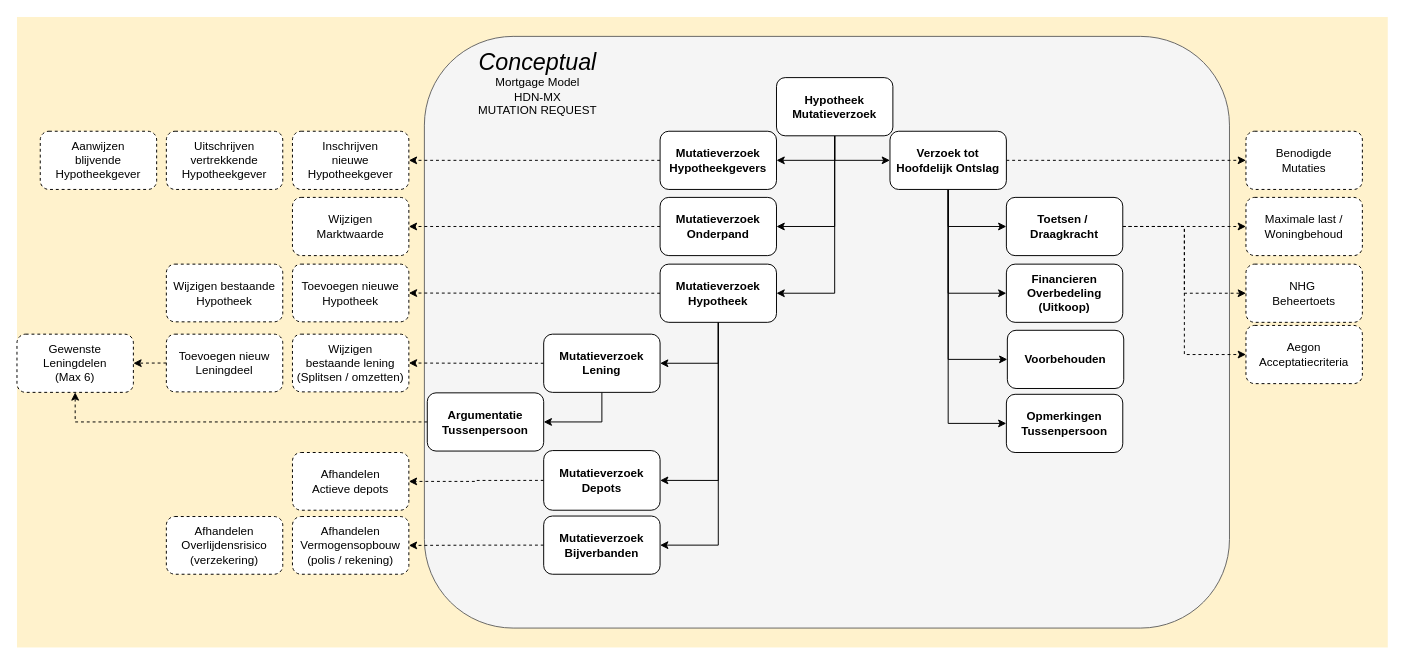
luchthandel/diagrams keeps this draw.io diagram as page "beheer-mutatie" (3 of 15) of 3rdPartyDatasharing-HDN-MX-SX.drawio. Above is the earlier version. Source tidied: cells renumbered, new cells numbered last; positions are measured from the earlier drawing's top-left corner, leaving out a move shared by most shapes. Both pictures are drawn from the tidied source at 97%, with x=0, y=0 at pixel (16, 16).
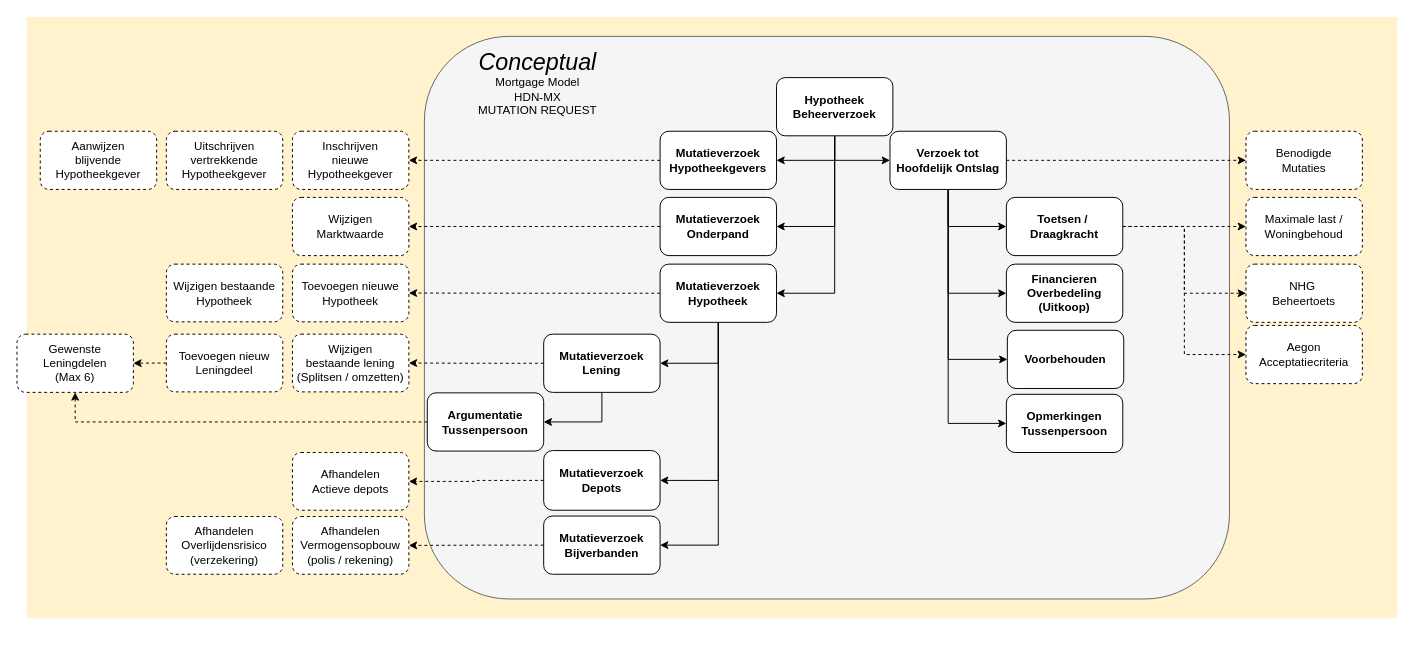
The same diagram, later.

What changed in the source:
```diff
@@
     <mxCell id="2" style="rounded=0;whiteSpace=wrap;html=1;fontSize=30;align=right;fillColor=#fff2cc;strokeColor=none;" parent="1" vertex="1">
-      <mxGeometry width="1413.2" height="650" as="geometry" />
+      <mxGeometry x="10" width="1413.2" height="620" as="geometry" />
     </mxCell>
     <mxCell id="3" value="&lt;span&gt;&lt;br&gt;&lt;/span&gt;" style="rounded=1;whiteSpace=wrap;html=1;fontStyle=1;fillColor=#f5f5f5;strokeColor=#666666;fontColor=#333333;" parent="1" vertex="1">
-      <mxGeometry x="420" y="20" width="830" height="610" as="geometry" />
+      <mxGeometry x="420" y="20" width="830" height="580" as="geometry" />
     </mxCell>
@@
-    <mxCell id="23" value="&lt;span style=&quot;font-weight: 700&quot;&gt;Hypotheek&lt;/span&gt;&lt;br style=&quot;font-weight: 700&quot;&gt;&lt;span style=&quot;font-weight: 700&quot;&gt;Mutatieverzoek&lt;/span&gt;" style="rounded=1;whiteSpace=wrap;html=1;" parent="1" vertex="1">
+    <mxCell id="23" value="&lt;span style=&quot;font-weight: 700&quot;&gt;Hypotheek&lt;/span&gt;&lt;br style=&quot;font-weight: 700&quot;&gt;&lt;span style=&quot;font-weight: 700&quot;&gt;Beheerverzoek&lt;/span&gt;" style="rounded=1;whiteSpace=wrap;html=1;" parent="1" vertex="1">
       <mxGeometry x="783" y="62.5" width="120" height="60" as="geometry" />
     </mxCell>
```
